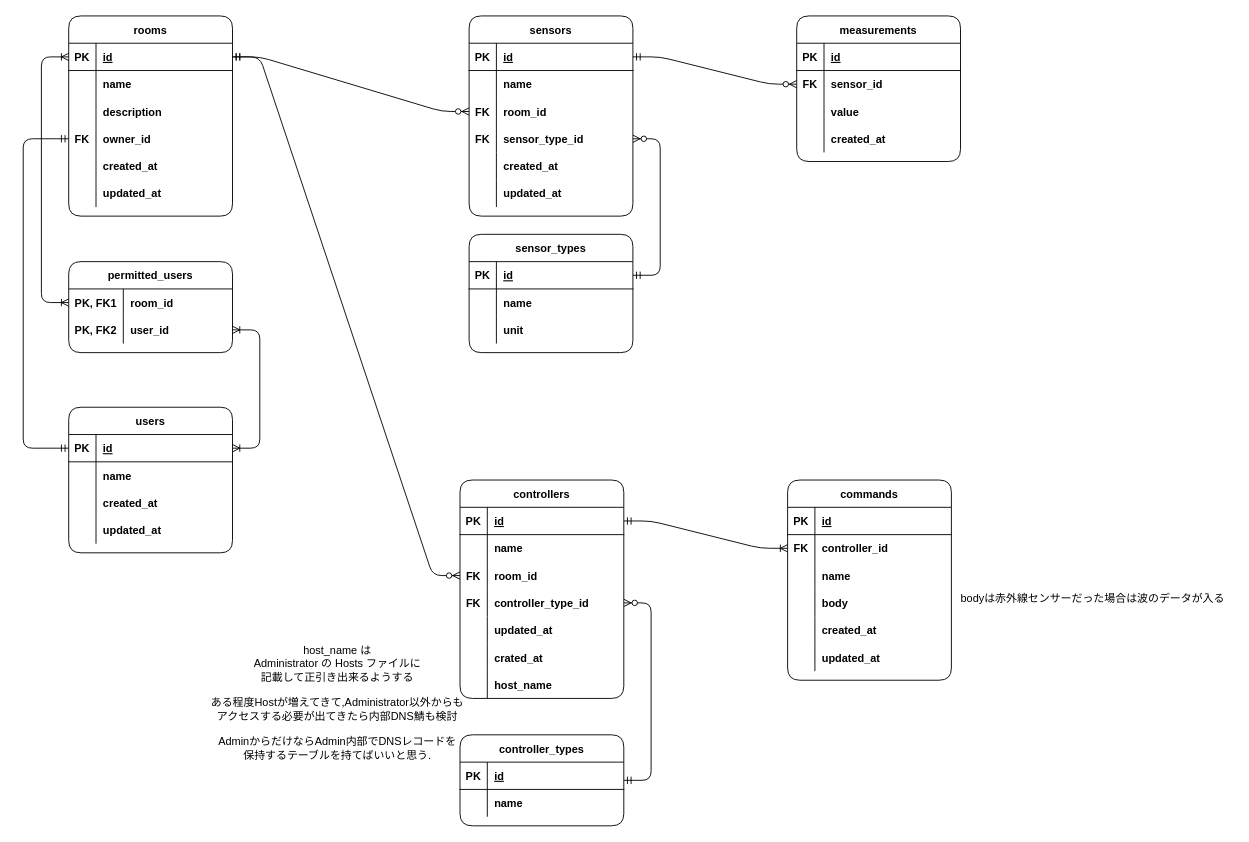
Earlier version of the draw.io diagram page "ER図(完全版)" (5 of 7) of HouseAdministrator.drawio (JUNNETWORKS/house_administrator). Source tidied: cells renumbered, new cells numbered last; positions are measured from the earlier drawing's top-left corner, leaving out a move shared by most shapes. Both pictures are drawn from the tidied source at 91%, with x=0, y=0 at pixel (23, 15).
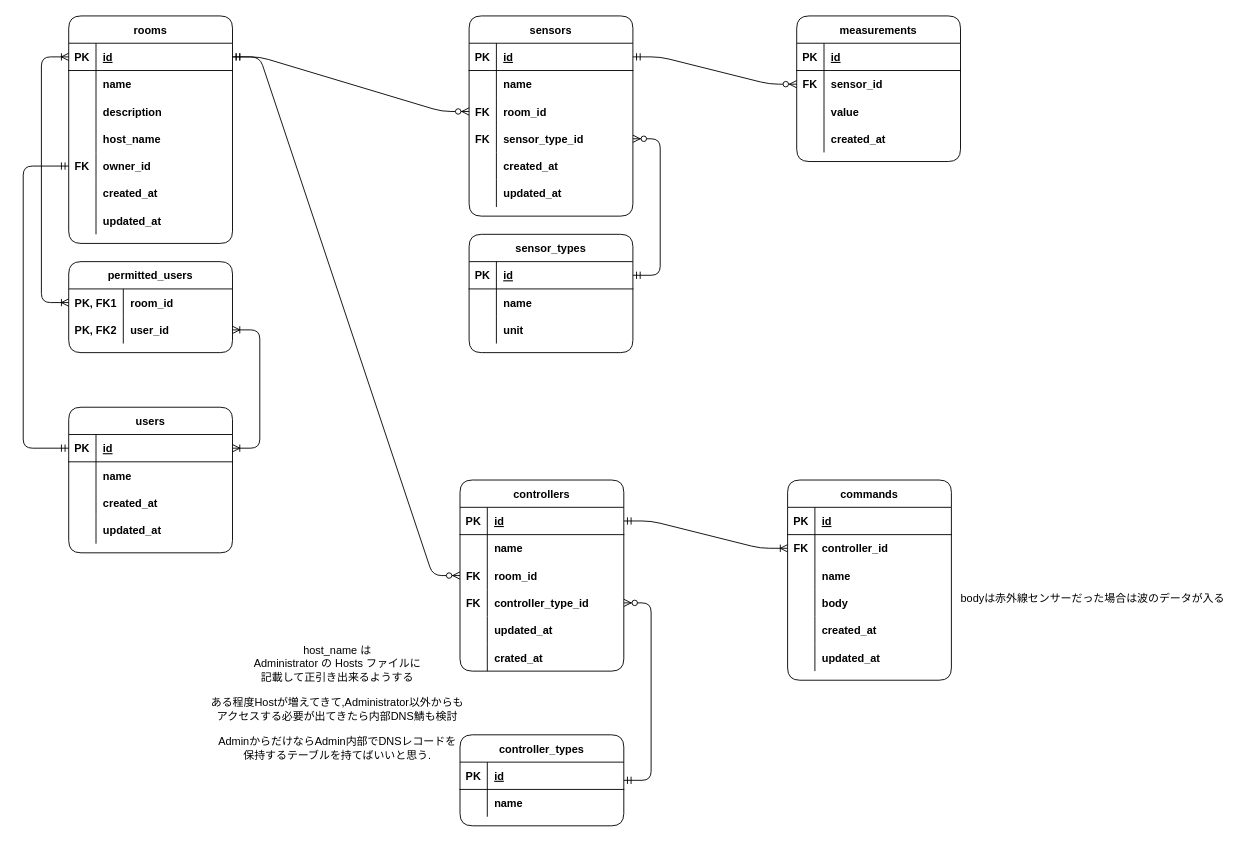
The same diagram, later.

Change to the diagram source:
```diff
@@
     <mxCell id="2" value="rooms" style="shape=table;startSize=30;childLayout=tableLayout;rowLines=0;fontStyle=1;align=center;rounded=1;" parent="1" vertex="1">
-      <mxGeometry x="50" width="180" height="220" as="geometry" />
+      <mxGeometry x="50" width="180" height="250" as="geometry" />
     </mxCell>
@@
+    <mxCell id="142" style="shape=partialRectangle;fillColor=none;top=0;left=0;bottom=0;right=0;rounded=1;" parent="2" vertex="1">
+      <mxGeometry y="120" width="180" height="30" as="geometry" />
+    </mxCell>
+    <mxCell id="86" style="shape=partialRectangle;fillColor=none;top=0;left=0;bottom=0;right=0;overflow=hidden;fontStyle=1;rounded=1;" parent="142" vertex="1">
+      <mxGeometry width="30" height="30" as="geometry" />
+    </mxCell>
+    <mxCell id="87" value="host_name" style="shape=partialRectangle;fillColor=none;top=0;left=0;bottom=0;right=0;align=left;spacingLeft=6;overflow=hidden;fontStyle=1;rounded=1;" parent="142" vertex="1">
+      <mxGeometry x="30" width="150" height="30" as="geometry" />
+    </mxCell>
     <mxCell id="12" style="shape=partialRectangle;fillColor=none;top=0;left=0;bottom=0;right=0;points=[[0,0.5],[1,0.5]];portConstraint=eastwest;rounded=1;" parent="2" vertex="1">
-      <mxGeometry y="120" width="180" height="30" as="geometry" />
+      <mxGeometry y="150" width="180" height="30" as="geometry" />
     </mxCell>
@@
     <mxCell id="15" style="shape=partialRectangle;fillColor=none;top=0;left=0;bottom=0;right=0;rounded=1;" parent="2" vertex="1">
-      <mxGeometry y="150" width="180" height="30" as="geometry" />
+      <mxGeometry y="180" width="180" height="30" as="geometry" />
     </mxCell>
@@
     <mxCell id="18" style="shape=partialRectangle;fillColor=none;top=0;left=0;bottom=0;right=0;rounded=1;" parent="2" vertex="1">
-      <mxGeometry y="180" width="180" height="30" as="geometry" />
+      <mxGeometry y="210" width="180" height="30" as="geometry" />
     </mxCell>
@@
     <mxCell id="66" value="controllers" style="shape=table;startSize=30;childLayout=tableLayout;rowLines=0;fontStyle=1;align=center;rounded=1;" parent="1" vertex="1">
-      <mxGeometry x="480" y="510" width="180" height="240" as="geometry" />
+      <mxGeometry x="480" y="510" width="180" height="210" as="geometry" />
     </mxCell>
@@
-    <mxCell id="85" style="shape=partialRectangle;fillColor=none;top=0;left=0;bottom=0;right=0;rounded=1;" parent="66" vertex="1">
-      <mxGeometry y="210" width="180" height="30" as="geometry" />
-    </mxCell>
-    <mxCell id="86" style="shape=partialRectangle;fillColor=none;top=0;left=0;bottom=0;right=0;overflow=hidden;fontStyle=1;rounded=1;" parent="85" vertex="1">
-      <mxGeometry width="30" height="30" as="geometry" />
-    </mxCell>
-    <mxCell id="87" value="host_name" style="shape=partialRectangle;fillColor=none;top=0;left=0;bottom=0;right=0;align=left;spacingLeft=6;overflow=hidden;fontStyle=1;rounded=1;" parent="85" vertex="1">
-      <mxGeometry x="30" width="150" height="30" as="geometry" />
-    </mxCell>
```
